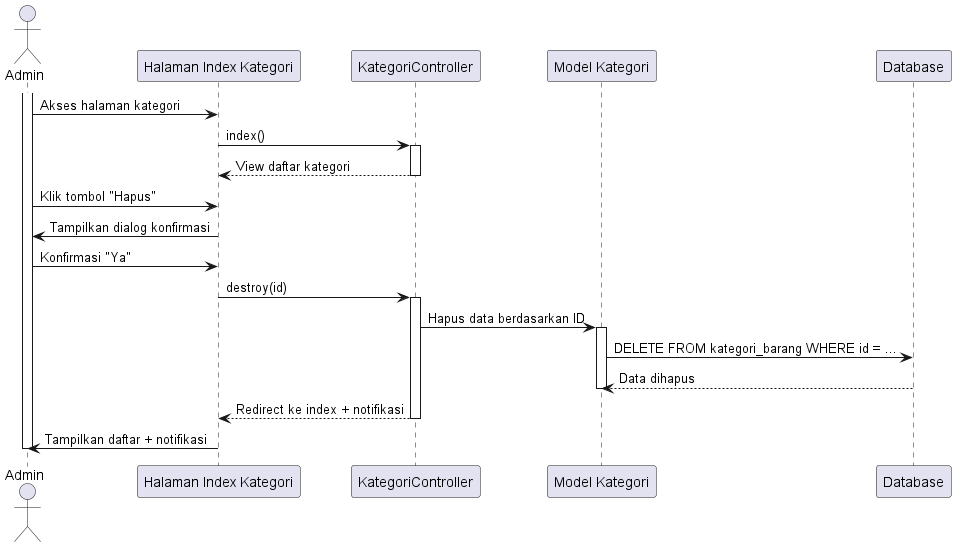
This is out/sequence diagram/kategori barang/menghapus_kategori_barang/menghapus_kategori_barang.png from tengahcang/UML_TA, a PlantUML export, as it was before one commit. The source it was exported from:
```plantuml
@startuml
actor Admin

participant "Halaman Index Kategori" as KategoriIndex
participant "KategoriController" as Controller
participant "Model Kategori" as KategoriModel
participant "Database" as DB

activate Admin
Admin -> KategoriIndex: Akses halaman kategori
KategoriIndex -> Controller: index()
activate Controller
Controller --> KategoriIndex: View daftar kategori
deactivate Controller

Admin -> KategoriIndex: Klik tombol "Hapus"
KategoriIndex -> Admin: Tampilkan dialog konfirmasi
Admin -> KategoriIndex: Konfirmasi "Ya"

KategoriIndex -> Controller: destroy(id)
activate Controller

Controller -> KategoriModel: Hapus data berdasarkan ID
activate KategoriModel
KategoriModel -> DB: DELETE FROM kategori_barang WHERE id = ...
DB --> KategoriModel: Data dihapus
deactivate KategoriModel

Controller --> KategoriIndex: Redirect ke index + notifikasi
deactivate Controller

KategoriIndex -> Admin: Tampilkan daftar + notifikasi
deactivate Admin

@enduml
```
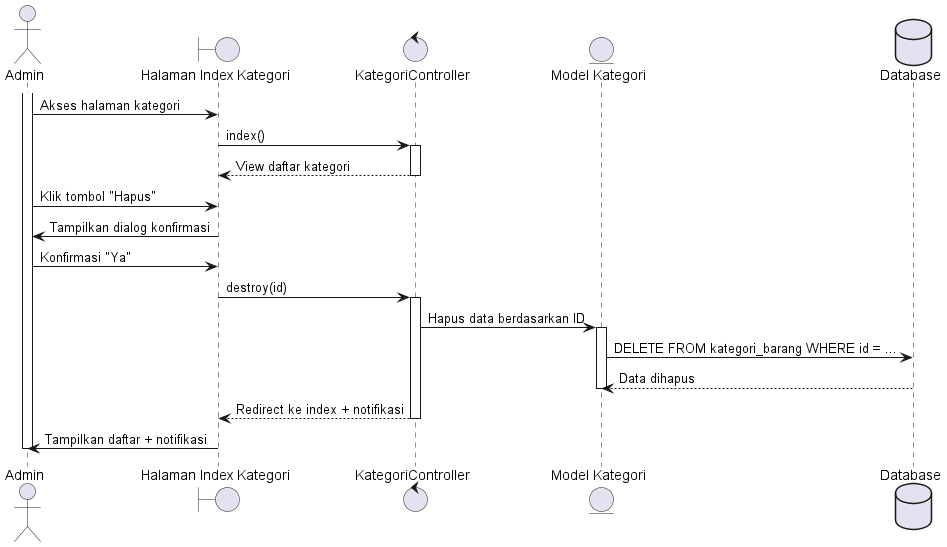
After the change.

The edit, as a diff of the source:
```diff
@@ -1,10 +1,10 @@
 @startuml
 actor Admin
 
-participant "Halaman Index Kategori" as KategoriIndex
-participant "KategoriController" as Controller
-participant "Model Kategori" as KategoriModel
-participant "Database" as DB
+boundary "Halaman Index Kategori" as KategoriIndex
+control "KategoriController" as Controller
+entity "Model Kategori" as KategoriModel
+database "Database" as DB
 
 activate Admin
 Admin -> KategoriIndex: Akses halaman kategori
```
